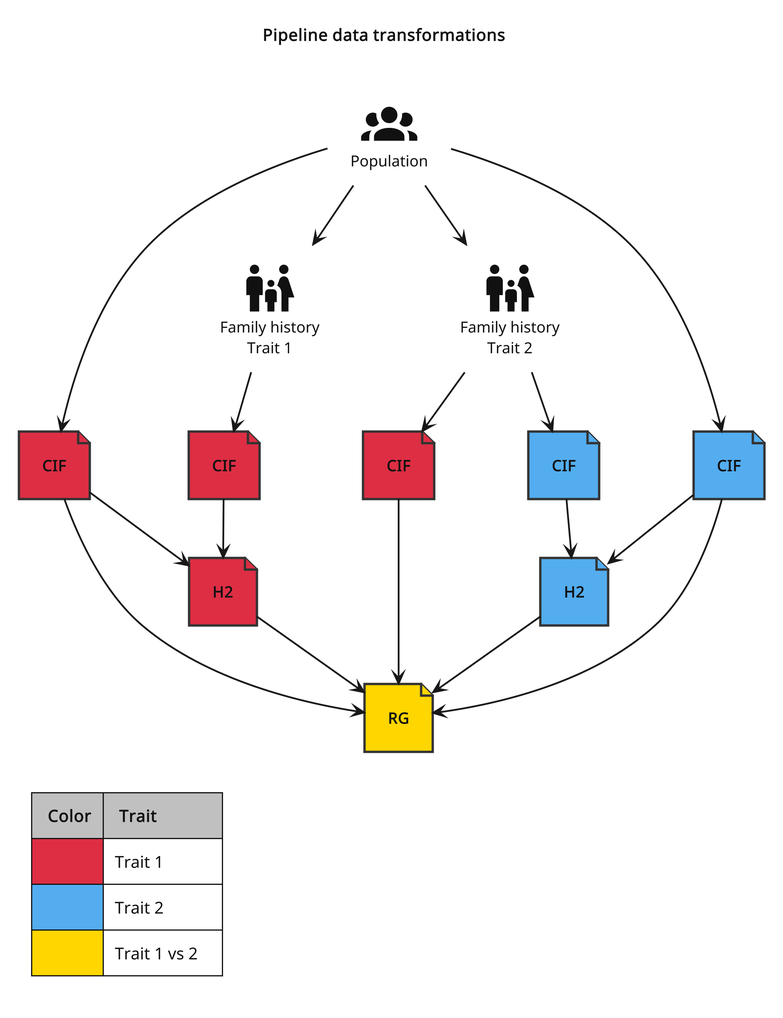
Above: guides/diagrams/pipeline-data-transformations.png in BioPsyk/epimight (PlantUML), before the change.
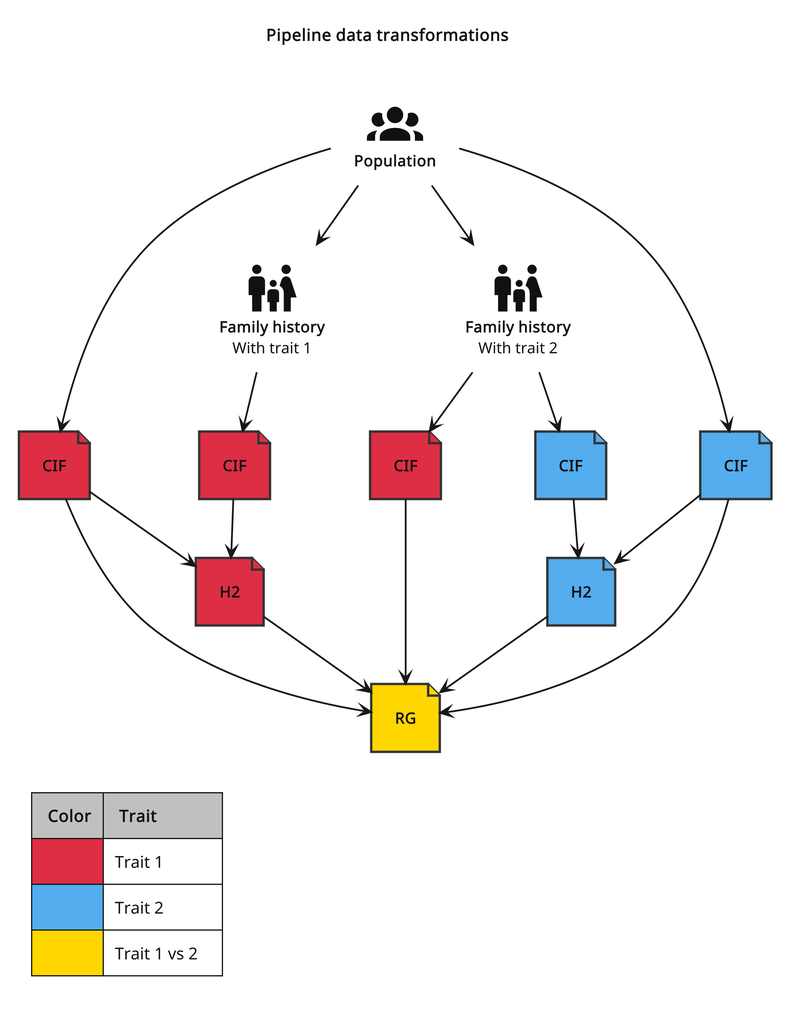
After the change.

Diff of the diagram source:
```diff
@@ -34,9 +34,9 @@
 
 title "**Pipeline data transformations**"
 
-card "<$mdiAccountGroup{scale=1}>\nPopulation" as pop
-card "<$mdiHumanMaleFemaleChild{scale=1}>\nFamily history\nTrait 1" as fh1
-card "<$mdiHumanMaleFemaleChild{scale=1}>\nFamily history\nTrait 2" as fh2
+card "<$mdiAccountGroup{scale=1}>\n**Population**" as pop
+card "<$mdiHumanMaleFemaleChild{scale=1}>\n**Family history**\nWith trait 1" as fh1
+card "<$mdiHumanMaleFemaleChild{scale=1}>\n**Family history**\nWith trait 2" as fh2
 file "**CIF**" as cif_t1_pop #dd2e44
 file "**CIF**" as cif_t1_fh1 #dd2e44
 file "**CIF**" as cif_t1_fh2 #dd2e44
```
